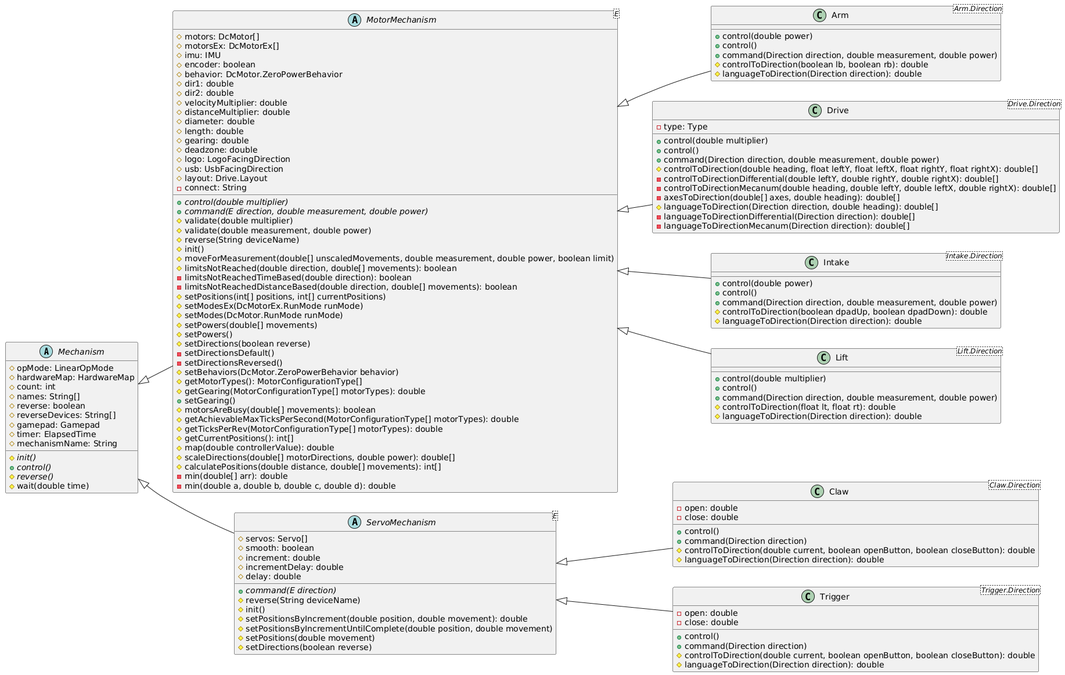
Earlier version of the PlantUML export uml/out/mechanism.png (Collegiate-Edu-Nation/easy-ftc).
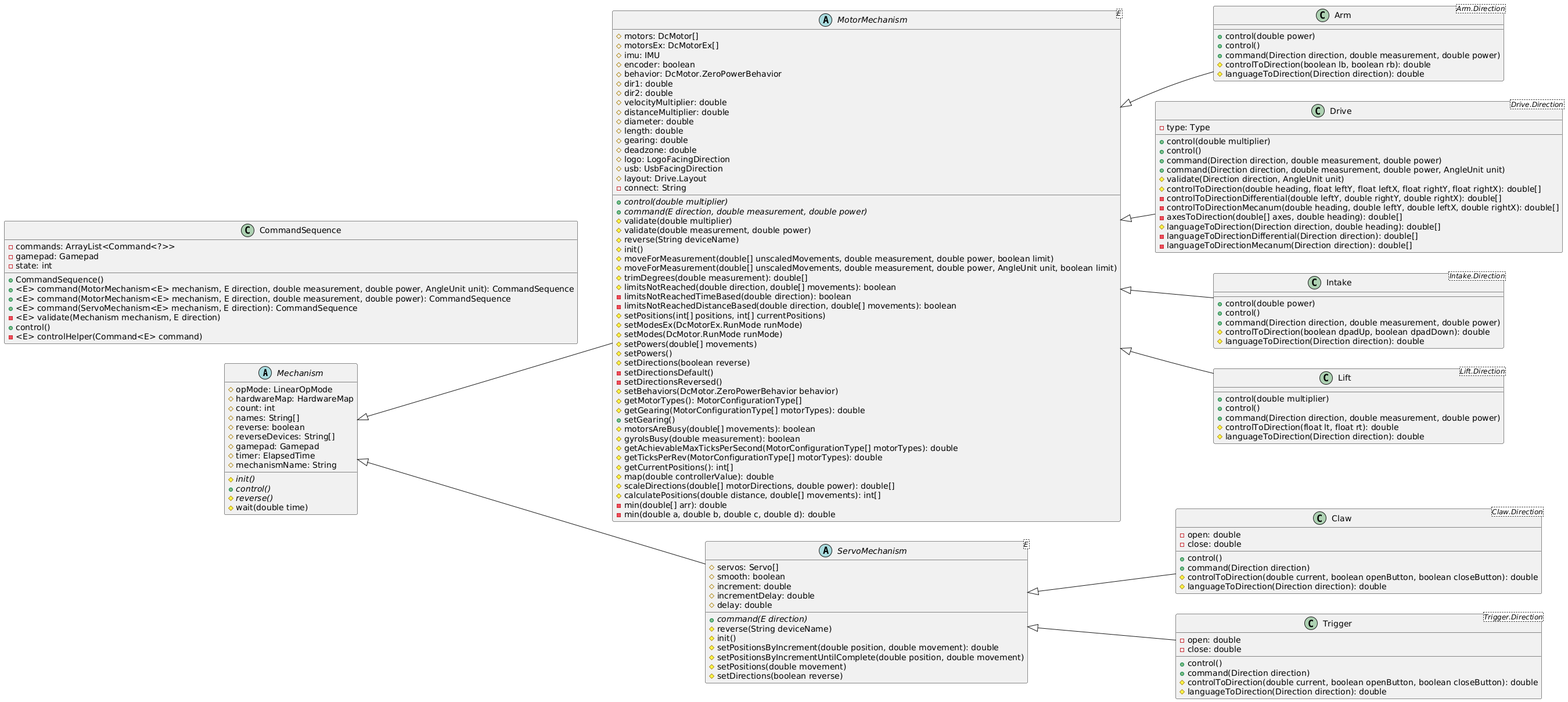
Above is the later version.

The edit, as a diff of the source:
```diff
@@ -43,6 +43,8 @@
     # reverse(String deviceName)
     # init()
     # moveForMeasurement(double[] unscaledMovements, double measurement, double power, boolean limit)
+    # moveForMeasurement(double[] unscaledMovements, double measurement, double power, AngleUnit unit, boolean limit)
+    # trimDegrees(double measurement): double[]
     # limitsNotReached(double direction, double[] movements): boolean
     - limitsNotReachedTimeBased(double direction): boolean
     - limitsNotReachedDistanceBased(double direction, double[] movements): boolean
@@ -59,6 +61,7 @@
     # getGearing(MotorConfigurationType[] motorTypes): double
     + setGearing()
     # motorsAreBusy(double[] movements): boolean
+    # gyroIsBusy(double measurement): boolean
     # getAchievableMaxTicksPerSecond(MotorConfigurationType[] motorTypes): double
     # getTicksPerRev(MotorConfigurationType[] motorTypes): double
     # getCurrentPositions(): int[]
@@ -84,6 +87,19 @@
     # setDirections(boolean reverse)
 }
 
+class CommandSequence {
+    - commands: ArrayList<Command<?>>
+    - gamepad: Gamepad
+    - state: int
+    + CommandSequence()
+    + <E> command(MotorMechanism<E> mechanism, E direction, double measurement, double power, AngleUnit unit): CommandSequence
+    + <E> command(MotorMechanism<E> mechanism, E direction, double measurement, double power): CommandSequence
+    + <E> command(ServoMechanism<E> mechanism, E direction): CommandSequence
+    - <E> validate(Mechanism mechanism, E direction)
+    + control()
+    - <E> controlHelper(Command<E> command)
+}
+
 class Arm<Arm.Direction> {
     + control(double power)
     + control()
@@ -106,6 +122,8 @@
     + control(double multiplier)
     + control()
     + command(Direction direction, double measurement, double power)
+    + command(Direction direction, double measurement, double power, AngleUnit unit)
+    # validate(Direction direction, AngleUnit unit)
     # controlToDirection(double heading, float leftY, float leftX, float rightY, float rightX): double[]
     - controlToDirectionDifferential(double leftY, double rightY, double rightX): double[]
     - controlToDirectionMecanum(double heading, double leftY, double leftX, double rightX): double[]
```
